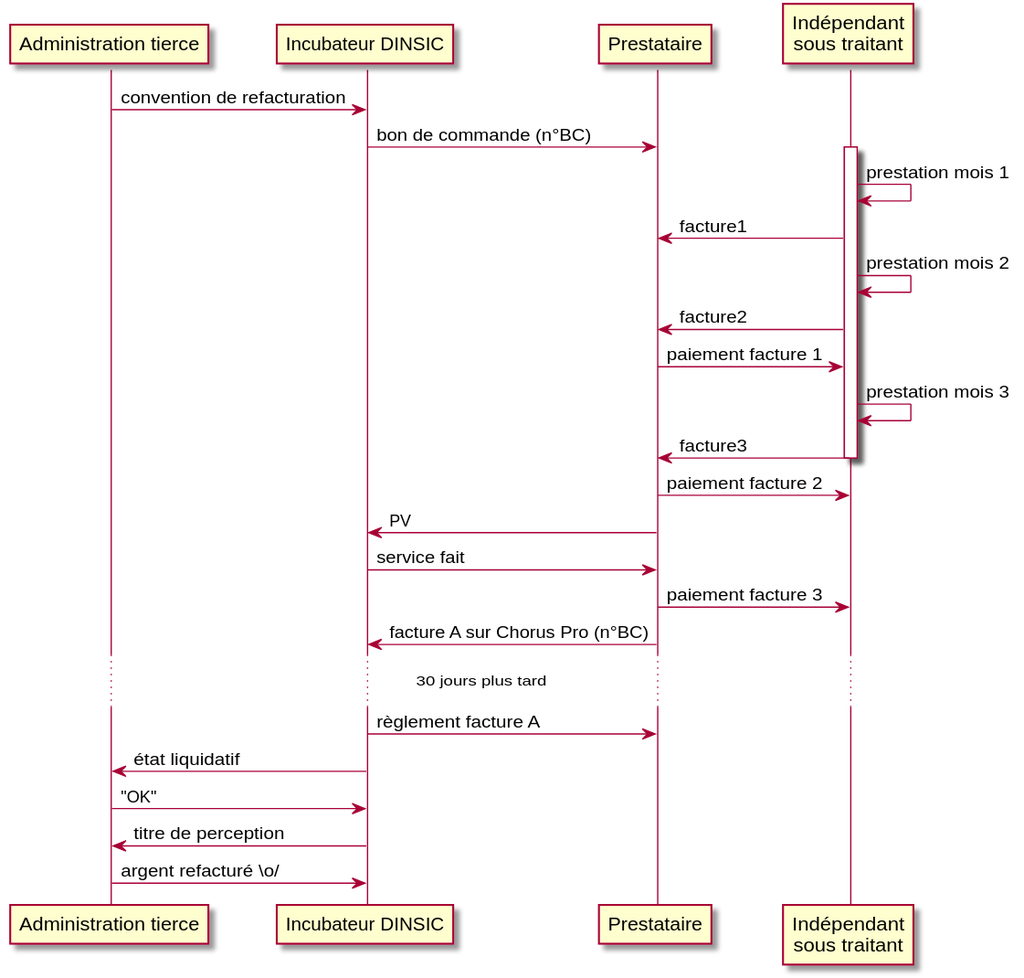
Above: images/facturation.svg in raphaelpierquin/schemas-beta.gouv (PlantUML), before the change. Source of this version:
```plantuml
@startuml

participant "Administration tierce" as admin
participant "Incubateur DINSIC" as dinsic
participant "Prestataire" as prestataire
participant "Indépendant\nsous traitant" as indep

admin -> dinsic : convention de refacturation
dinsic -> prestataire : bon de commande (n°BC)
activate indep
indep -> indep : prestation mois 1
indep -> prestataire : facture1
indep -> indep : prestation mois 2
indep -> prestataire : facture2
prestataire -> indep : paiement facture 1
indep -> indep : prestation mois 3
indep -> prestataire : facture3
deactivate indep
prestataire -> indep : paiement facture 2
prestataire -> dinsic : PV
dinsic -> prestataire : service fait
prestataire -> indep : paiement facture 3
prestataire -> dinsic : facture A sur Chorus Pro (n°BC)
...30 jours plus tard...
dinsic -> prestataire : règlement facture A
dinsic -> admin : état liquidatif
admin -> dinsic : "OK"
dinsic -> admin : titre de perception
admin -> dinsic : argent refacturé \o/

@enduml
```
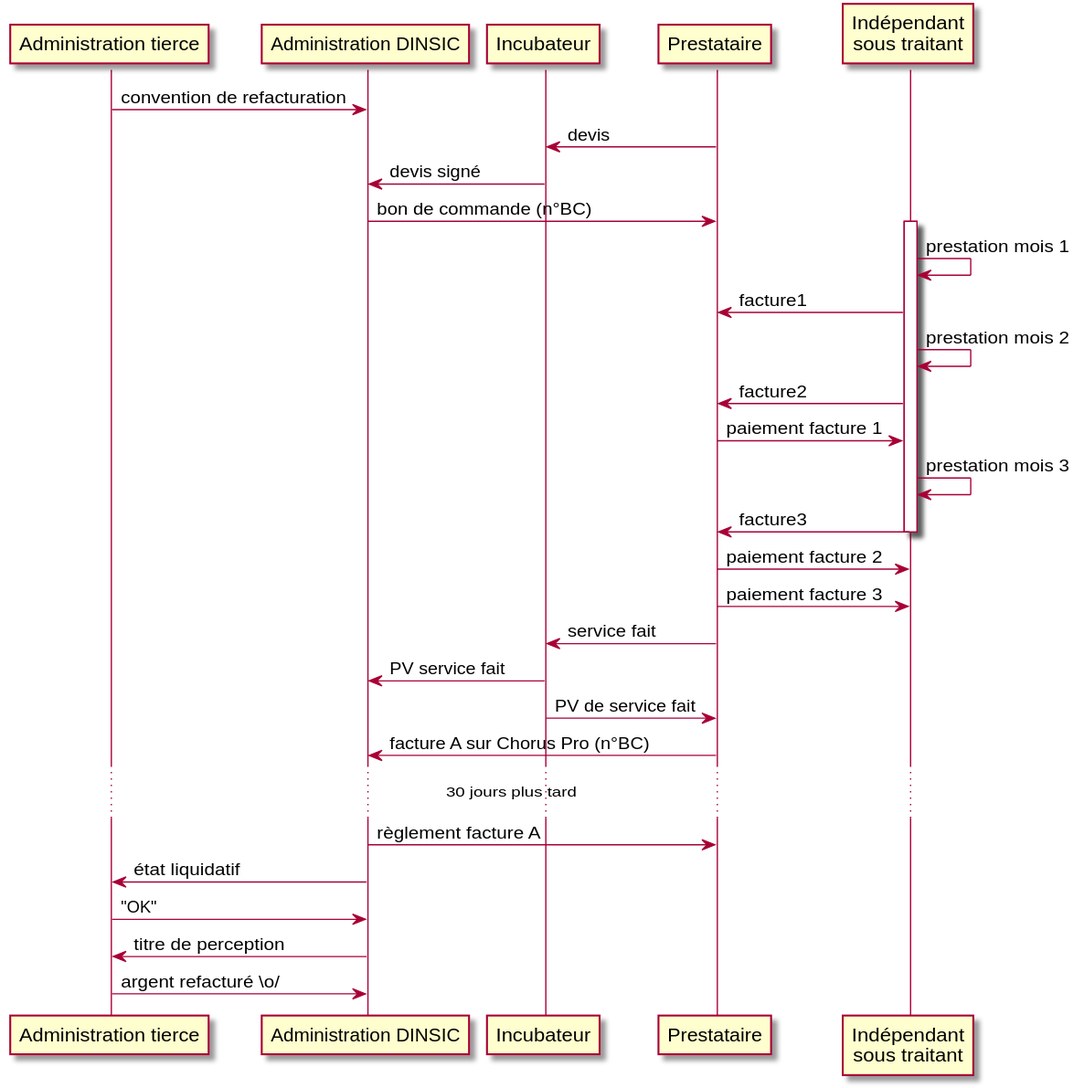
Above is the later version.

Commit message:
Schéma de facturation revu et corrigé par Thomas

Diff of the diagram source:
```diff
@@ -1,11 +1,14 @@
 @startuml
 
-participant "Administration tierce" as admin
-participant "Incubateur DINSIC" as dinsic
+participant "Administration tierce" as tiers
+participant "Administration DINSIC" as dinsic
+participant "Incubateur" as incubateur
 participant "Prestataire" as prestataire
 participant "Indépendant\nsous traitant" as indep
 
-admin -> dinsic : convention de refacturation
+tiers -> dinsic : convention de refacturation
+prestataire -> incubateur : devis
+incubateur -> dinsic : devis signé
 dinsic -> prestataire : bon de commande (n°BC)
 activate indep
 indep -> indep : prestation mois 1
@@ -17,15 +20,16 @@
 indep -> prestataire : facture3
 deactivate indep
 prestataire -> indep : paiement facture 2
-prestataire -> dinsic : PV
-dinsic -> prestataire : service fait
 prestataire -> indep : paiement facture 3
+prestataire -> incubateur : service fait
+incubateur -> dinsic : PV service fait
+incubateur -> prestataire : PV de service fait
 prestataire -> dinsic : facture A sur Chorus Pro (n°BC)
 ...30 jours plus tard...
 dinsic -> prestataire : règlement facture A
-dinsic -> admin : état liquidatif
-admin -> dinsic : "OK"
-dinsic -> admin : titre de perception
-admin -> dinsic : argent refacturé \o/
+dinsic -> tiers : état liquidatif
+tiers -> dinsic : "OK"
+dinsic -> tiers : titre de perception
+tiers -> dinsic : argent refacturé \o/
 
 @enduml
```
